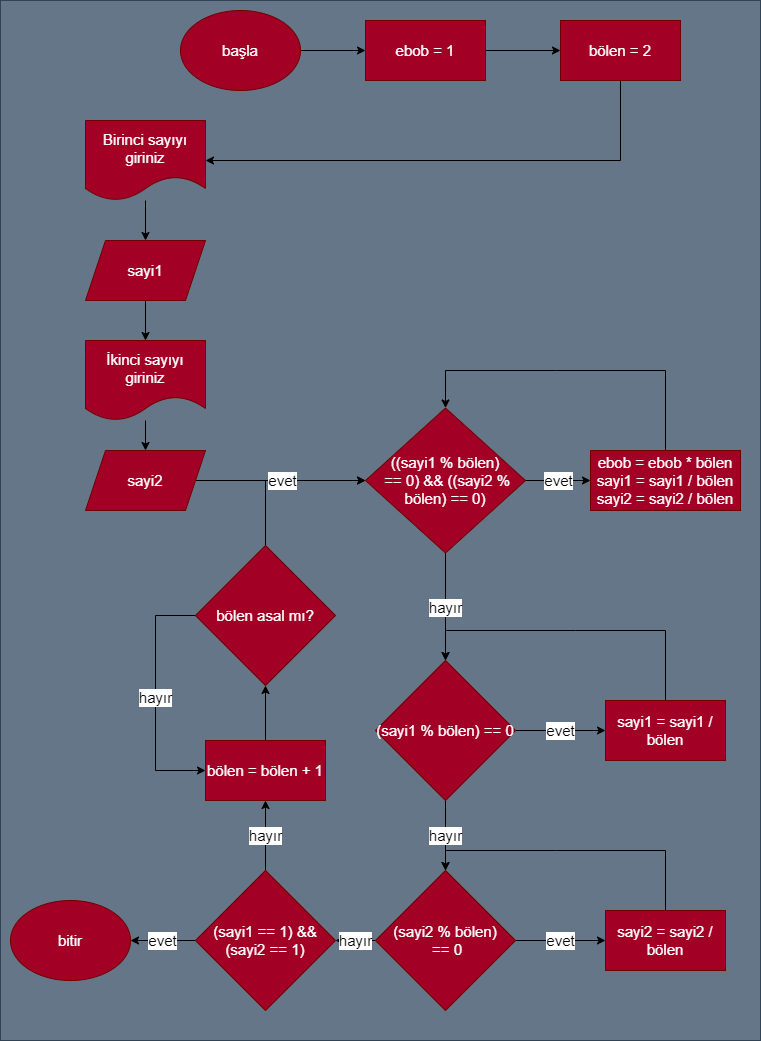
Before: GreatestCommonDivisor/GreatestCommonDivisor.drawio.png, a diagram exported from draw.io (ramazanaltintop/algorithm-flow-charts). Source tidied: cells renumbered, new cells last; positions are measured from the earlier drawing's top-left corner, leaving out a move shared by most shapes.
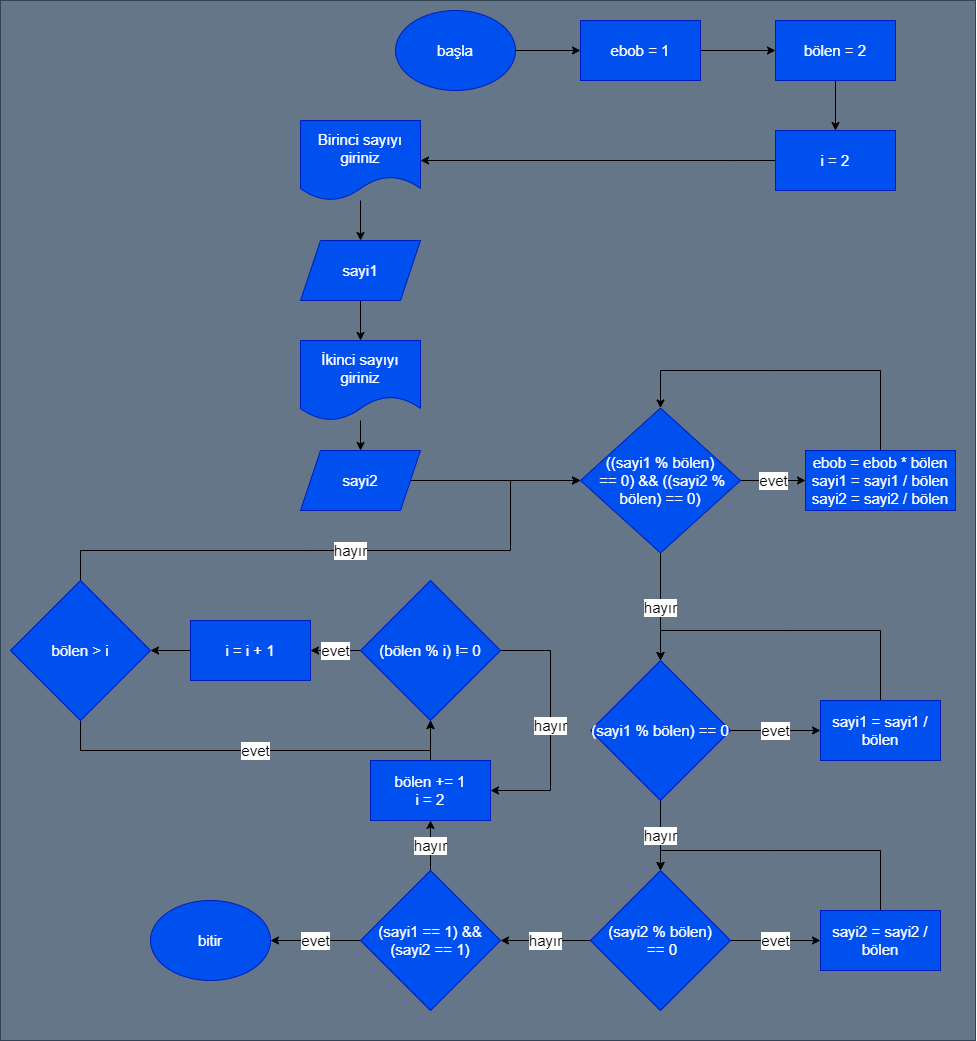
The same file after the commit.

Change to the diagram source:
```diff
@@ -3,46 +3,49 @@
     <mxCell id="0" />
     <mxCell id="1" parent="0" />
     <mxCell id="2" style="rounded=0;whiteSpace=wrap;html=1;fillColor=#647687;fontColor=#ffffff;strokeColor=#314354;fontSize=15;" parent="1" vertex="1">
-      <mxGeometry width="760" height="1040" as="geometry" />
+      <mxGeometry x="-215" width="975" height="1040" as="geometry" />
     </mxCell>
     <mxCell id="3" style="edgeStyle=none;html=1;entryX=0;entryY=0.5;entryDx=0;entryDy=0;fontSize=15;" parent="1" edge="1" source="4" target="19">
       <mxGeometry relative="1" as="geometry" />
     </mxCell>
-    <mxCell id="4" value="başla" style="ellipse;whiteSpace=wrap;html=1;fillColor=#a20025;fontColor=#ffffff;strokeColor=#6F0000;fontSize=15;" parent="1" vertex="1">
+    <mxCell id="4" value="başla" style="ellipse;whiteSpace=wrap;html=1;fillColor=#0050ef;fontColor=#ffffff;strokeColor=#001DBC;fontSize=15;" parent="1" vertex="1">
       <mxGeometry x="180" y="10" width="120" height="80" as="geometry" />
     </mxCell>
     <mxCell id="5" style="edgeStyle=none;html=1;fontSize=15;" parent="1" edge="1" source="6" target="8">
       <mxGeometry relative="1" as="geometry" />
     </mxCell>
-    <mxCell id="6" value="Birinci sayıyı giriniz" style="shape=document;whiteSpace=wrap;html=1;boundedLbl=1;fillColor=#a20025;fontColor=#ffffff;strokeColor=#6F0000;fontSize=15;" parent="1" vertex="1">
+    <mxCell id="6" value="Birinci sayıyı giriniz" style="shape=document;whiteSpace=wrap;html=1;boundedLbl=1;fillColor=#0050ef;fontColor=#ffffff;strokeColor=#001DBC;fontSize=15;" parent="1" vertex="1">
       <mxGeometry x="85" y="120" width="120" height="80" as="geometry" />
     </mxCell>
     <mxCell id="7" style="edgeStyle=none;html=1;exitX=0.5;exitY=1;exitDx=0;exitDy=0;fontSize=15;" parent="1" edge="1" source="8" target="10">
       <mxGeometry relative="1" as="geometry" />
     </mxCell>
-    <mxCell id="8" value="sayi1" style="shape=parallelogram;perimeter=parallelogramPerimeter;whiteSpace=wrap;html=1;fixedSize=1;fillColor=#a20025;fontColor=#ffffff;strokeColor=#6F0000;fontSize=15;" parent="1" vertex="1">
+    <mxCell id="8" value="sayi1" style="shape=parallelogram;perimeter=parallelogramPerimeter;whiteSpace=wrap;html=1;fixedSize=1;fillColor=#0050ef;fontColor=#ffffff;strokeColor=#001DBC;fontSize=15;" parent="1" vertex="1">
       <mxGeometry x="85" y="240" width="120" height="60" as="geometry" />
     </mxCell>
     <mxCell id="9" style="edgeStyle=none;html=1;fontSize=15;" parent="1" edge="1" source="10" target="12">
       <mxGeometry relative="1" as="geometry" />
     </mxCell>
-    <mxCell id="10" value="İkinci sayıyı giriniz" style="shape=document;whiteSpace=wrap;html=1;boundedLbl=1;fillColor=#a20025;fontColor=#ffffff;strokeColor=#6F0000;fontSize=15;" parent="1" vertex="1">
+    <mxCell id="10" value="İkinci sayıyı giriniz" style="shape=document;whiteSpace=wrap;html=1;boundedLbl=1;fillColor=#0050ef;fontColor=#ffffff;strokeColor=#001DBC;fontSize=15;" parent="1" vertex="1">
       <mxGeometry x="85" y="340" width="120" height="80" as="geometry" />
     </mxCell>
     <mxCell id="11" style="edgeStyle=none;html=1;fontSize=15;" parent="1" edge="1" source="12" target="17">
       <mxGeometry relative="1" as="geometry" />
     </mxCell>
-    <mxCell id="12" value="sayi2" style="shape=parallelogram;perimeter=parallelogramPerimeter;whiteSpace=wrap;html=1;fixedSize=1;fillColor=#a20025;fontColor=#ffffff;strokeColor=#6F0000;fontSize=15;" parent="1" vertex="1">
+    <mxCell id="12" value="sayi2" style="shape=parallelogram;perimeter=parallelogramPerimeter;whiteSpace=wrap;html=1;fixedSize=1;fillColor=#0050ef;fontColor=#ffffff;strokeColor=#001DBC;fontSize=15;" parent="1" vertex="1">
       <mxGeometry x="85" y="450" width="120" height="60" as="geometry" />
     </mxCell>
-    <mxCell id="13" style="edgeStyle=none;html=1;rounded=0;fontSize=15;" parent="1" edge="1" source="14" target="6">
+    <mxCell id="13" style="edgeStyle=none;html=1;rounded=0;fontSize=15;exitX=0;exitY=0.5;exitDx=0;exitDy=0;" parent="1" edge="1" source="42" target="6">
       <mxGeometry relative="1" as="geometry">
         <Array as="points">
-          <mxPoint x="620" y="160" />
+          <mxPoint x="515" y="160" />
         </Array>
       </mxGeometry>
     </mxCell>
+    <mxCell id="41" style="edgeStyle=none;html=1;fontSize=15;" parent="1" edge="1" source="14" target="42">
+      <mxGeometry relative="1" as="geometry" />
+    </mxCell>
-    <mxCell id="14" value="bölen = 2" style="rounded=0;whiteSpace=wrap;html=1;fillColor=#a20025;fontColor=#ffffff;strokeColor=#6F0000;fontSize=15;" parent="1" vertex="1">
+    <mxCell id="14" value="bölen = 2" style="rounded=0;whiteSpace=wrap;html=1;fillColor=#0050ef;fontColor=#ffffff;strokeColor=#001DBC;fontSize=15;" parent="1" vertex="1">
       <mxGeometry x="560" y="20" width="120" height="60" as="geometry" />
     </mxCell>
     <mxCell id="15" value="evet" style="edgeStyle=none;html=1;fontSize=15;" parent="1" edge="1" source="17" target="21">
@@ -51,13 +54,13 @@
     <mxCell id="16" value="hayır" style="edgeStyle=none;html=1;fontSize=15;" parent="1" edge="1" source="17" target="26">
       <mxGeometry relative="1" as="geometry" />
     </mxCell>
-    <mxCell id="17" value="((sayi1 % bölen)&lt;br style=&quot;font-size: 15px;&quot;&gt;&amp;nbsp;== 0) &amp;amp;&amp;amp; ((sayi2 % bölen) == 0)" style="rhombus;whiteSpace=wrap;html=1;fillColor=#a20025;fontColor=#ffffff;strokeColor=#6F0000;fontSize=15;" parent="1" vertex="1">
+    <mxCell id="17" value="((sayi1 % bölen)&lt;br style=&quot;font-size: 15px;&quot;&gt;&amp;nbsp;== 0) &amp;amp;&amp;amp; ((sayi2 % bölen) == 0)" style="rhombus;whiteSpace=wrap;html=1;fillColor=#0050ef;fontColor=#ffffff;strokeColor=#001DBC;fontSize=15;" parent="1" vertex="1">
       <mxGeometry x="365" y="407.5" width="160" height="145" as="geometry" />
     </mxCell>
     <mxCell id="18" style="edgeStyle=none;html=1;fontSize=15;" parent="1" edge="1" source="19" target="14">
       <mxGeometry relative="1" as="geometry" />
     </mxCell>
-    <mxCell id="19" value="ebob = 1" style="rounded=0;whiteSpace=wrap;html=1;fillColor=#a20025;fontColor=#ffffff;strokeColor=#6F0000;fontSize=15;" parent="1" vertex="1">
+    <mxCell id="19" value="ebob = 1" style="rounded=0;whiteSpace=wrap;html=1;fillColor=#0050ef;fontColor=#ffffff;strokeColor=#001DBC;fontSize=15;" parent="1" vertex="1">
       <mxGeometry x="365" y="20" width="120" height="60" as="geometry" />
     </mxCell>
     <mxCell id="20" style="edgeStyle=none;rounded=0;html=1;exitX=0.5;exitY=0;exitDx=0;exitDy=0;entryX=0.5;entryY=0;entryDx=0;entryDy=0;fontSize=15;" parent="1" edge="1" source="21" target="17">
@@ -69,7 +72,7 @@
         </Array>
       </mxGeometry>
     </mxCell>
-    <mxCell id="21" value="ebob = ebob * bölen&lt;br style=&quot;font-size: 15px;&quot;&gt;sayi1 = sayi1 / bölen&lt;br style=&quot;font-size: 15px;&quot;&gt;sayi2 = sayi2 / bölen" style="rounded=0;whiteSpace=wrap;html=1;fillColor=#a20025;fontColor=#ffffff;strokeColor=#6F0000;fontSize=15;" parent="1" vertex="1">
+    <mxCell id="21" value="ebob = ebob * bölen&lt;br style=&quot;font-size: 15px;&quot;&gt;sayi1 = sayi1 / bölen&lt;br style=&quot;font-size: 15px;&quot;&gt;sayi2 = sayi2 / bölen" style="rounded=0;whiteSpace=wrap;html=1;fillColor=#0050ef;fontColor=#ffffff;strokeColor=#001DBC;fontSize=15;" parent="1" vertex="1">
       <mxGeometry x="590" y="450" width="150" height="60" as="geometry" />
     </mxCell>
     <mxCell id="22" style="edgeStyle=none;rounded=0;html=1;exitX=0.5;exitY=0;exitDx=0;exitDy=0;entryX=0.5;entryY=0;entryDx=0;entryDy=0;fontSize=15;" parent="1" edge="1" source="23" target="26">
@@ -81,7 +84,7 @@
         </Array>
       </mxGeometry>
     </mxCell>
-    <mxCell id="23" value="sayi1 = sayi1 / bölen" style="rounded=0;whiteSpace=wrap;html=1;fillColor=#a20025;fontColor=#ffffff;strokeColor=#6F0000;fontSize=15;" parent="1" vertex="1">
+    <mxCell id="23" value="sayi1 = sayi1 / bölen" style="rounded=0;whiteSpace=wrap;html=1;fillColor=#0050ef;fontColor=#ffffff;strokeColor=#001DBC;fontSize=15;" parent="1" vertex="1">
       <mxGeometry x="605" y="700" width="120" height="60" as="geometry" />
     </mxCell>
     <mxCell id="24" value="evet" style="edgeStyle=none;html=1;fontSize=15;" parent="1" edge="1" source="26" target="23">
@@ -90,7 +93,7 @@
     <mxCell id="25" value="hayır" style="edgeStyle=none;html=1;fontSize=15;" parent="1" edge="1" source="26" target="31">
       <mxGeometry relative="1" as="geometry" />
     </mxCell>
-    <mxCell id="26" value="(sayi1 % bölen) == 0" style="rhombus;whiteSpace=wrap;html=1;fillColor=#a20025;fontColor=#ffffff;strokeColor=#6F0000;fontSize=15;" parent="1" vertex="1">
+    <mxCell id="26" value="(sayi1 % bölen) == 0" style="rhombus;whiteSpace=wrap;html=1;fillColor=#0050ef;fontColor=#ffffff;strokeColor=#001DBC;fontSize=15;" parent="1" vertex="1">
       <mxGeometry x="375" y="660" width="140" height="140" as="geometry" />
     </mxCell>
     <mxCell id="27" style="edgeStyle=none;rounded=0;html=1;exitX=0.5;exitY=0;exitDx=0;exitDy=0;entryX=0.5;entryY=0;entryDx=0;entryDy=0;fontSize=15;" parent="1" edge="1" source="28" target="31">
@@ -102,7 +105,7 @@
         </Array>
       </mxGeometry>
     </mxCell>
-    <mxCell id="28" value="sayi2 = sayi2 / bölen" style="rounded=0;whiteSpace=wrap;html=1;fillColor=#a20025;fontColor=#ffffff;strokeColor=#6F0000;fontSize=15;" parent="1" vertex="1">
+    <mxCell id="28" value="sayi2 = sayi2 / bölen" style="rounded=0;whiteSpace=wrap;html=1;fillColor=#0050ef;fontColor=#ffffff;strokeColor=#001DBC;fontSize=15;" parent="1" vertex="1">
       <mxGeometry x="605" y="910" width="120" height="60" as="geometry" />
     </mxCell>
     <mxCell id="29" value="evet" style="edgeStyle=none;html=1;fontSize=15;" parent="1" edge="1" source="31" target="28">
@@ -111,44 +114,72 @@
     <mxCell id="30" value="hayır" style="edgeStyle=none;html=1;fontSize=15;" parent="1" edge="1" source="31" target="39">
       <mxGeometry relative="1" as="geometry" />
     </mxCell>
-    <mxCell id="31" value="(sayi2 % bölen)&lt;br&gt;&amp;nbsp;== 0" style="rhombus;whiteSpace=wrap;html=1;fillColor=#a20025;fontColor=#ffffff;strokeColor=#6F0000;fontSize=15;" parent="1" vertex="1">
+    <mxCell id="31" value="(sayi2 % bölen)&lt;br style=&quot;font-size: 15px;&quot;&gt;&amp;nbsp;== 0" style="rhombus;whiteSpace=wrap;html=1;fillColor=#0050ef;fontColor=#ffffff;strokeColor=#001DBC;fontSize=15;" parent="1" vertex="1">
       <mxGeometry x="375" y="870" width="140" height="140" as="geometry" />
     </mxCell>
-    <mxCell id="32" style="edgeStyle=none;rounded=0;html=1;fontSize=15;" parent="1" edge="1" source="33" target="36">
-      <mxGeometry relative="1" as="geometry" />
-    </mxCell>
-    <mxCell id="33" value="bölen = bölen + 1" style="rounded=0;whiteSpace=wrap;html=1;fillColor=#a20025;fontColor=#ffffff;strokeColor=#6F0000;fontSize=15;" parent="1" vertex="1">
-      <mxGeometry x="205" y="740" width="120" height="60" as="geometry" />
-    </mxCell>
-    <mxCell id="34" value="hayır" style="edgeStyle=none;rounded=0;html=1;entryX=0;entryY=0.5;entryDx=0;entryDy=0;fontSize=15;" parent="1" edge="1" source="36" target="33">
-      <mxGeometry relative="1" as="geometry">
-        <Array as="points">
-          <mxPoint x="155" y="615" />
-          <mxPoint x="155" y="770" />
-        </Array>
-      </mxGeometry>
-    </mxCell>
-    <mxCell id="35" value="evet" style="edgeStyle=none;rounded=0;html=1;exitX=0.5;exitY=0;exitDx=0;exitDy=0;entryX=0;entryY=0.5;entryDx=0;entryDy=0;fontSize=15;" parent="1" edge="1" source="36" target="17">
-      <mxGeometry relative="1" as="geometry">
-        <Array as="points">
-          <mxPoint x="265" y="480" />
-        </Array>
-      </mxGeometry>
-    </mxCell>
-    <mxCell id="36" value="bölen asal mı?" style="rhombus;whiteSpace=wrap;html=1;fillColor=#a20025;fontColor=#ffffff;strokeColor=#6F0000;fontSize=15;" parent="1" vertex="1">
-      <mxGeometry x="195" y="545" width="140" height="140" as="geometry" />
-    </mxCell>
     <mxCell id="37" value="evet" style="edgeStyle=none;html=1;fontSize=15;" parent="1" edge="1" source="39" target="40">
       <mxGeometry relative="1" as="geometry" />
     </mxCell>
-    <mxCell id="38" value="hayır" style="edgeStyle=none;html=1;fontSize=15;" parent="1" edge="1" source="39" target="33">
+    <mxCell id="38" value="hayır" style="edgeStyle=none;html=1;fontSize=15;entryX=0.5;entryY=1;entryDx=0;entryDy=0;" parent="1" edge="1" source="39" target="44">
       <mxGeometry relative="1" as="geometry" />
     </mxCell>
-    <mxCell id="39" value="(sayi1 == 1) &amp;amp;&amp;amp;&lt;br style=&quot;font-size: 15px;&quot;&gt;(sayi2 == 1)" style="rhombus;whiteSpace=wrap;html=1;fillColor=#a20025;fontColor=#ffffff;strokeColor=#6F0000;fontSize=15;" parent="1" vertex="1">
-      <mxGeometry x="195" y="870" width="140" height="140" as="geometry" />
+    <mxCell id="39" value="(sayi1 == 1) &amp;amp;&amp;amp;&lt;br style=&quot;font-size: 15px;&quot;&gt;(sayi2 == 1)" style="rhombus;whiteSpace=wrap;html=1;fillColor=#0050ef;fontColor=#ffffff;strokeColor=#001DBC;fontSize=15;" parent="1" vertex="1">
+      <mxGeometry x="145" y="870" width="140" height="140" as="geometry" />
     </mxCell>
-    <mxCell id="40" value="bitir" style="ellipse;whiteSpace=wrap;html=1;fillColor=#a20025;fontColor=#ffffff;strokeColor=#6F0000;fontSize=15;" parent="1" vertex="1">
-      <mxGeometry x="10" y="900" width="120" height="80" as="geometry" />
+    <mxCell id="40" value="bitir" style="ellipse;whiteSpace=wrap;html=1;fillColor=#0050ef;fontColor=#ffffff;strokeColor=#001DBC;fontSize=15;" parent="1" vertex="1">
+      <mxGeometry x="-65" y="900" width="120" height="80" as="geometry" />
     </mxCell>
+    <mxCell id="42" value="i = 2" style="rounded=0;whiteSpace=wrap;html=1;fillColor=#0050ef;fontColor=#ffffff;strokeColor=#001DBC;fontSize=15;" parent="1" vertex="1">
+      <mxGeometry x="560" y="130" width="120" height="60" as="geometry" />
+    </mxCell>
+    <mxCell id="43" style="edgeStyle=none;rounded=0;html=1;fontSize=15;" parent="1" edge="1" source="44" target="47">
+      <mxGeometry relative="1" as="geometry" />
+    </mxCell>
+    <mxCell id="44" value="bölen += 1&lt;br style=&quot;font-size: 15px;&quot;&gt;i = 2" style="rounded=0;whiteSpace=wrap;html=1;fillColor=#0050ef;fontColor=#ffffff;strokeColor=#001DBC;fontSize=15;" parent="1" vertex="1">
+      <mxGeometry x="155" y="760" width="120" height="60" as="geometry" />
+    </mxCell>
+    <mxCell id="45" value="hayır" style="edgeStyle=none;rounded=0;html=1;exitX=1;exitY=0.5;exitDx=0;exitDy=0;entryX=1;entryY=0.5;entryDx=0;entryDy=0;fontSize=15;" parent="1" edge="1" source="47" target="44">
+      <mxGeometry relative="1" as="geometry">
+        <Array as="points">
+          <mxPoint x="335" y="650" />
+          <mxPoint x="335" y="720" />
+          <mxPoint x="335" y="790" />
+        </Array>
+      </mxGeometry>
+    </mxCell>
+    <mxCell id="46" value="evet" style="edgeStyle=none;rounded=0;html=1;fontSize=15;" parent="1" edge="1" source="47" target="49">
+      <mxGeometry relative="1" as="geometry" />
+    </mxCell>
+    <mxCell id="47" value="(bölen % i) != 0" style="rhombus;whiteSpace=wrap;html=1;fillColor=#0050ef;fontColor=#ffffff;strokeColor=#001DBC;fontSize=15;" parent="1" vertex="1">
+      <mxGeometry x="145" y="580" width="140" height="140" as="geometry" />
+    </mxCell>
+    <mxCell id="48" style="edgeStyle=none;rounded=0;html=1;fontSize=15;" parent="1" edge="1" source="49" target="51">
+      <mxGeometry relative="1" as="geometry" />
+    </mxCell>
+    <mxCell id="49" value="i = i + 1" style="rounded=0;whiteSpace=wrap;html=1;fillColor=#0050ef;fontColor=#ffffff;strokeColor=#001DBC;fontSize=15;" parent="1" vertex="1">
+      <mxGeometry x="-25" y="620" width="120" height="60" as="geometry" />
+    </mxCell>
+    <mxCell id="34" value="hayır" style="edgeStyle=none;rounded=0;html=1;entryX=0;entryY=0.5;entryDx=0;entryDy=0;fontSize=15;" parent="1" edge="1" source="51" target="17">
+      <mxGeometry relative="1" as="geometry">
+        <Array as="points">
+          <mxPoint x="-135" y="550" />
+          <mxPoint x="95" y="550" />
+          <mxPoint x="295" y="550" />
+          <mxPoint x="295" y="480" />
+        </Array>
+      </mxGeometry>
+    </mxCell>
+    <mxCell id="50" value="evet" style="edgeStyle=none;rounded=0;html=1;entryX=0.5;entryY=1;entryDx=0;entryDy=0;fontSize=15;" parent="1" edge="1" source="51" target="47">
+      <mxGeometry relative="1" as="geometry">
+        <Array as="points">
+          <mxPoint x="-135" y="750" />
+          <mxPoint x="45" y="750" />
+          <mxPoint x="215" y="750" />
+        </Array>
+      </mxGeometry>
+    </mxCell>
+    <mxCell id="51" value="bölen &amp;gt; i" style="rhombus;whiteSpace=wrap;html=1;fillColor=#0050ef;fontColor=#ffffff;strokeColor=#001DBC;fontSize=15;" parent="1" vertex="1">
+      <mxGeometry x="-205" y="580" width="140" height="140" as="geometry" />
+    </mxCell>
   </root>
 </mxGraphModel>
```
